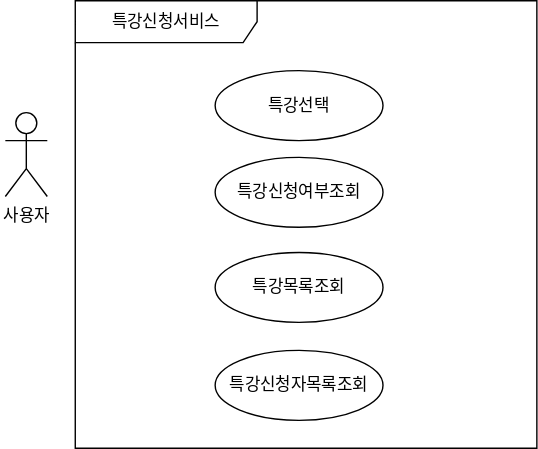
Earlier version of the draw.io export src/main/java/com/tdd/speciallectureapply/document/diagram/1.use-case.svg (kabalport/special-lecture-apply). Source tidied: cells renumbered, new cells last; positions are measured from the earlier drawing's top-left corner, leaving out a move shared by most shapes.
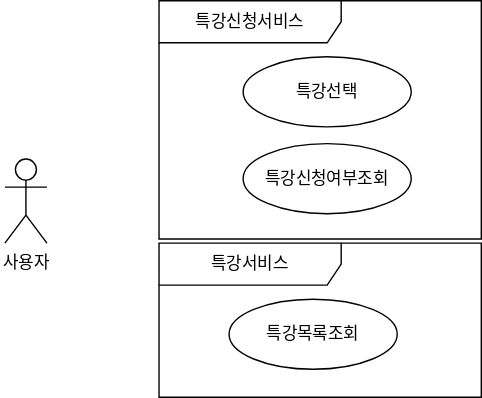
After the change.

Diff of the diagram source:
```diff
@@ -6,19 +6,19 @@
       <mxGeometry y="80" width="30" height="60" as="geometry" />
     </mxCell>
     <mxCell id="3" value="특강신청서비스" style="shape=umlFrame;whiteSpace=wrap;html=1;width=130;height=30;" parent="1" vertex="1">
-      <mxGeometry x="50" width="330" height="320" as="geometry" />
+      <mxGeometry x="110" y="-33" width="230" height="170" as="geometry" />
     </mxCell>
     <mxCell id="4" value="특강신청여부조회" style="ellipse;whiteSpace=wrap;html=1;" parent="1" vertex="1">
-      <mxGeometry x="150" y="112" width="120" height="50" as="geometry" />
+      <mxGeometry x="170" y="69" width="120" height="50" as="geometry" />
     </mxCell>
     <mxCell id="5" value="특강선택" style="ellipse;whiteSpace=wrap;html=1;" parent="1" vertex="1">
-      <mxGeometry x="150" y="50" width="120" height="50" as="geometry" />
+      <mxGeometry x="170" y="7" width="120" height="50" as="geometry" />
     </mxCell>
     <mxCell id="6" value="특강목록조회" style="ellipse;whiteSpace=wrap;html=1;" parent="1" vertex="1">
-      <mxGeometry x="150" y="180" width="120" height="50" as="geometry" />
+      <mxGeometry x="160" y="180" width="120" height="50" as="geometry" />
     </mxCell>
-    <mxCell id="7" value="특강신청자목록조회" style="ellipse;whiteSpace=wrap;html=1;" parent="1" vertex="1">
-      <mxGeometry x="150" y="250" width="120" height="50" as="geometry" />
+    <mxCell id="7" value="특강서비스" style="shape=umlFrame;whiteSpace=wrap;html=1;width=130;height=30;" parent="1" vertex="1">
+      <mxGeometry x="110" y="140" width="230" height="110" as="geometry" />
     </mxCell>
   </root>
 </mxGraphModel>
```
